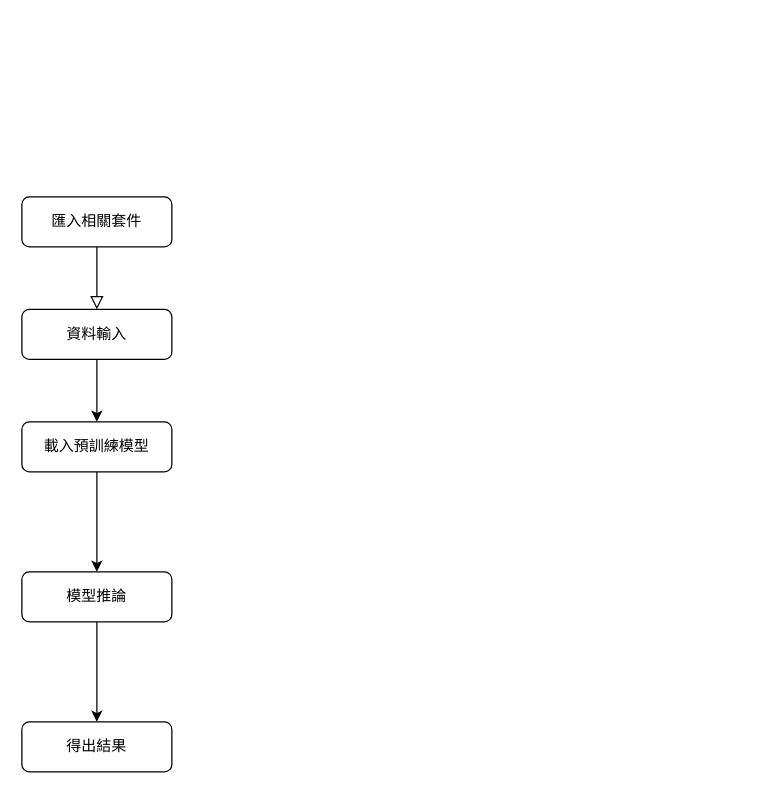
The draw.io diagram aimet.drawio in jihuien/ML100Days, before the edit. Source tidied: cells renumbered, new cells numbered last; positions are measured from the earlier drawing's top-left corner, leaving out a move shared by most shapes. Both pictures are drawn from the tidied source at 125%, with x=0, y=0 at pixel (21, 196).
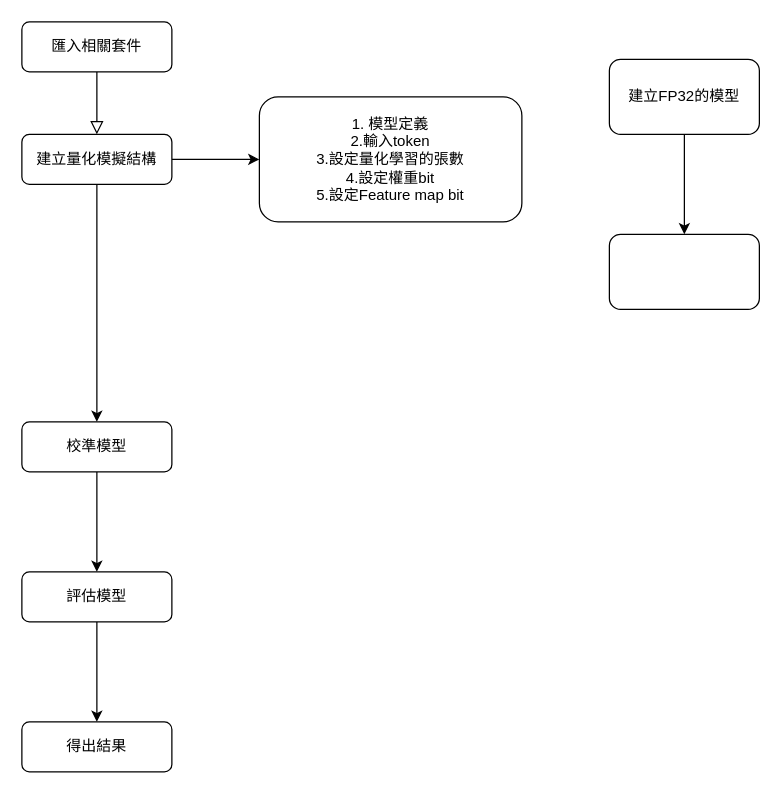
The same diagram, later.

Change to the diagram source:
```diff
@@
 <mxGraphModel>
   <root>
     <mxCell id="0" />
     <mxCell id="1" parent="0" />
     <mxCell id="2" style="rounded=0;html=1;jettySize=auto;fontSize=11;endArrow=block;endFill=0;endSize=8;strokeWidth=1;shadow=0;labelBackgroundColor=none;edgeStyle=orthogonalEdgeStyle;" parent="1" edge="1" source="3">
       <mxGeometry relative="1" as="geometry">
-        <mxPoint x="60" y="90" as="targetPoint" />
+        <mxPoint x="60" y="-50" as="targetPoint" />
       </mxGeometry>
     </mxCell>
     <mxCell id="3" value="匯入相關套件" style="rounded=1;whiteSpace=wrap;html=1;fontSize=12;glass=0;strokeWidth=1;shadow=0;" parent="1" vertex="1">
-      <mxGeometry width="120" height="40" as="geometry" />
+      <mxGeometry y="-140" width="120" height="40" as="geometry" />
     </mxCell>
     <mxCell id="4" style="edgeStyle=orthogonalEdgeStyle;rounded=0;jettySize=auto;html=1;" parent="1" edge="1" source="5" target="7">
       <mxGeometry relative="1" as="geometry" />
     </mxCell>
+    <mxCell id="11" style="edgeStyle=orthogonalEdgeStyle;rounded=0;jettySize=auto;html=1;" parent="1" edge="1" source="5" target="12">
+      <mxGeometry relative="1" as="geometry" />
+    </mxCell>
-    <mxCell id="5" value="資料輸入" style="rounded=1;whiteSpace=wrap;html=1;fontSize=12;glass=0;strokeWidth=1;shadow=0;" parent="1" vertex="1">
-      <mxGeometry y="90" width="120" height="40" as="geometry" />
+    <mxCell id="5" value="建立量化模擬結構" style="rounded=1;whiteSpace=wrap;html=1;fontSize=12;glass=0;strokeWidth=1;shadow=0;" parent="1" vertex="1">
+      <mxGeometry y="-50" width="120" height="40" as="geometry" />
     </mxCell>
     <mxCell id="6" style="edgeStyle=orthogonalEdgeStyle;rounded=0;jettySize=auto;html=1;" parent="1" edge="1" source="7" target="9">
       <mxGeometry relative="1" as="geometry" />
     </mxCell>
-    <mxCell id="7" value="載入預訓練模型" style="rounded=1;whiteSpace=wrap;html=1;fontSize=12;glass=0;strokeWidth=1;shadow=0;" parent="1" vertex="1">
+    <mxCell id="7" value="校準模型" style="rounded=1;whiteSpace=wrap;html=1;fontSize=12;glass=0;strokeWidth=1;shadow=0;" parent="1" vertex="1">
       <mxGeometry y="180" width="120" height="40" as="geometry" />
     </mxCell>
     <mxCell id="8" style="edgeStyle=orthogonalEdgeStyle;rounded=0;jettySize=auto;html=1;" parent="1" edge="1" source="9" target="10">
       <mxGeometry relative="1" as="geometry" />
     </mxCell>
-    <mxCell id="9" value="模型推論" style="rounded=1;whiteSpace=wrap;html=1;fontSize=12;glass=0;strokeWidth=1;shadow=0;" parent="1" vertex="1">
+    <mxCell id="9" value="評估模型" style="rounded=1;whiteSpace=wrap;html=1;fontSize=12;glass=0;strokeWidth=1;shadow=0;" parent="1" vertex="1">
       <mxGeometry y="300" width="120" height="40" as="geometry" />
     </mxCell>
     <mxCell id="10" value="得出結果" style="rounded=1;whiteSpace=wrap;html=1;fontSize=12;glass=0;strokeWidth=1;shadow=0;" parent="1" vertex="1">
       <mxGeometry y="420" width="120" height="40" as="geometry" />
     </mxCell>
+    <mxCell id="12" value="1. 模型定義&lt;div&gt;2.輸入token&lt;/div&gt;&lt;div&gt;3.設定量化學習的張數&lt;/div&gt;&lt;div&gt;4.設定權重bit&lt;/div&gt;&lt;div&gt;5.設定Feature map bit&lt;/div&gt;" style="whiteSpace=wrap;html=1;rounded=1;glass=0;strokeWidth=1;shadow=0;" parent="1" vertex="1">
+      <mxGeometry x="190" y="-80" width="210" height="100" as="geometry" />
+    </mxCell>
+    <mxCell id="13" style="edgeStyle=orthogonalEdgeStyle;rounded=0;jettySize=auto;html=1;" parent="1" edge="1" source="14" target="15">
+      <mxGeometry relative="1" as="geometry" />
+    </mxCell>
+    <mxCell id="14" value="建立FP32的模型" style="rounded=1;whiteSpace=wrap;html=1;" parent="1" vertex="1">
+      <mxGeometry x="470" y="-110" width="120" height="60" as="geometry" />
+    </mxCell>
+    <mxCell id="15" style="whiteSpace=wrap;html=1;rounded=1;" parent="1" vertex="1">
+      <mxGeometry x="470" y="30" width="120" height="60" as="geometry" />
+    </mxCell>
   </root>
 </mxGraphModel>
```
